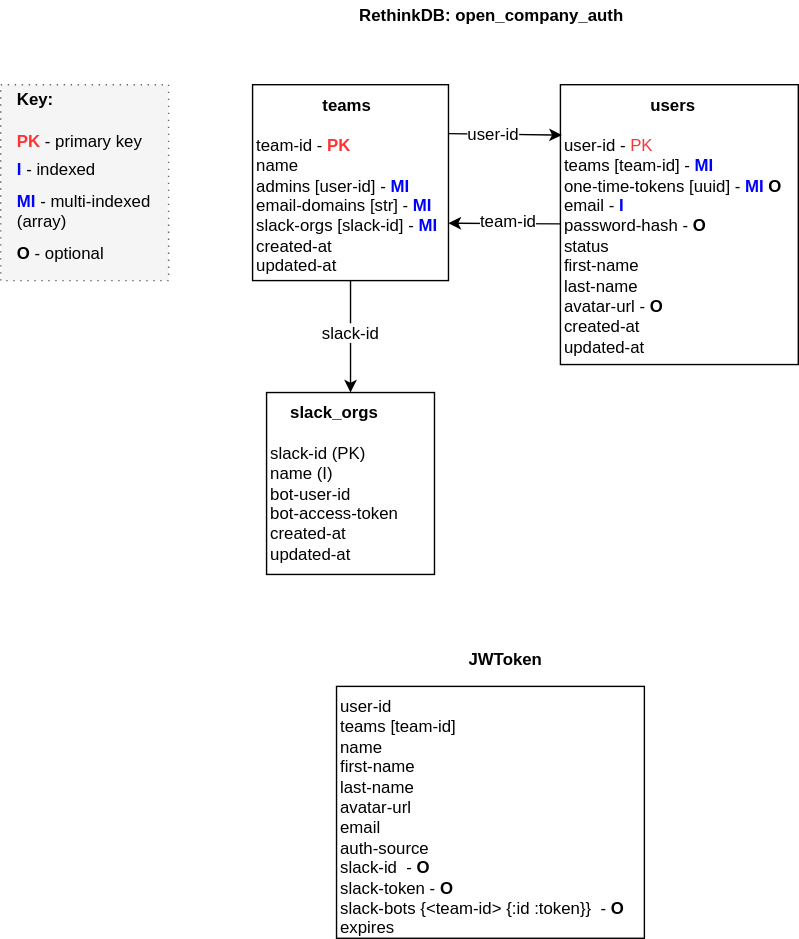
The draw.io diagram docs/OC-Auth-Schema.svg in open-company/open-company-auth, before a commit. Source tidied: cells renumbered, new cells last; positions are measured from the earlier drawing's top-left corner, leaving out a move shared by most shapes.
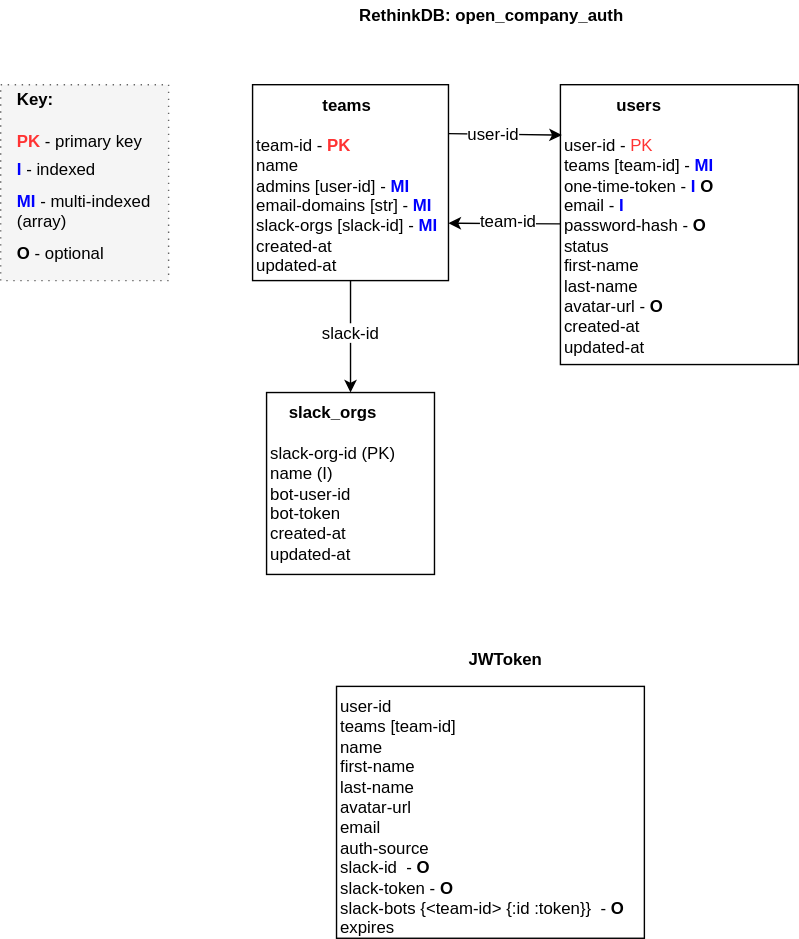
After the change.

Commit message:
WIP on refactoring out some common schema elements, improvements to invite and one-time-token handling. Better comments and doc strings.

Change to the diagram source:
```diff
@@ -8,7 +8,7 @@
     <mxCell id="3" value="&lt;div style=&quot;text-align: center&quot;&gt;&lt;font color=&quot;#000000&quot;&gt;&lt;b&gt;teams&lt;/b&gt;&lt;/font&gt;&lt;/div&gt;&lt;div&gt;&lt;font color=&quot;#000000&quot;&gt;&lt;br&gt;&lt;/font&gt;&lt;/div&gt;&lt;div&gt;&lt;font color=&quot;#000000&quot;&gt;team-id -&amp;nbsp;&lt;/font&gt;&lt;font color=&quot;#ff3333&quot;&gt;&lt;b&gt;PK&lt;/b&gt;&lt;/font&gt;&lt;/div&gt;&lt;div&gt;&lt;font color=&quot;#000000&quot;&gt;name&lt;/font&gt;&lt;/div&gt;&lt;div&gt;&lt;font color=&quot;#000000&quot;&gt;admins [user-id] -&amp;nbsp;&lt;/font&gt;&lt;font color=&quot;#0000ff&quot;&gt;&lt;b&gt;MI&lt;/b&gt;&lt;/font&gt;&lt;/div&gt;&lt;div&gt;email-domains [str] - &lt;b&gt;&lt;font color=&quot;#0000ff&quot;&gt;MI&lt;/font&gt;&lt;/b&gt;&lt;/div&gt;&lt;div&gt;slack-orgs [slack-id] - &lt;b&gt;&lt;font color=&quot;#0000ff&quot;&gt;MI&lt;/font&gt;&lt;/b&gt;&lt;/div&gt;&lt;div&gt;&lt;font color=&quot;#000000&quot;&gt;created-at&lt;/font&gt;&lt;/div&gt;&lt;div&gt;&lt;font color=&quot;#000000&quot;&gt;updated-at&lt;/font&gt;&lt;/div&gt;" style="whiteSpace=wrap;html=1;fontSize=12;fontColor=#000000;align=left;verticalAlign=top;" parent="1" vertex="1">
       <mxGeometry x="180" y="60" width="140" height="140" as="geometry" />
     </mxCell>
-    <mxCell id="4" value="&lt;div style=&quot;text-align: center&quot;&gt;&lt;div style=&quot;text-align: center&quot;&gt;&lt;b&gt;users&lt;/b&gt;&lt;/div&gt;&lt;div style=&quot;text-align: left&quot;&gt;&lt;br&gt;&lt;/div&gt;&lt;div style=&quot;text-align: left&quot;&gt;user-id - &lt;font color=&quot;#ff3333&quot;&gt;PK&lt;/font&gt;&lt;/div&gt;&lt;div style=&quot;text-align: left&quot;&gt;teams [team-id] - &lt;font color=&quot;#0000ff&quot;&gt;&lt;b&gt;MI&lt;/b&gt;&lt;/font&gt;&lt;/div&gt;&lt;div style=&quot;text-align: left&quot;&gt;one-time-tokens [uuid] - &lt;font color=&quot;#0000ff&quot;&gt;&lt;b&gt;MI&lt;/b&gt;&lt;/font&gt; &lt;b&gt;O&lt;/b&gt;&lt;/div&gt;&lt;div style=&quot;text-align: left&quot;&gt;email - &lt;b&gt;&lt;font color=&quot;#0000ff&quot;&gt;I&lt;/font&gt;&lt;/b&gt;&lt;/div&gt;&lt;div style=&quot;text-align: left&quot;&gt;password-hash -&amp;nbsp;&lt;b&gt;O&lt;/b&gt;&lt;/div&gt;&lt;div style=&quot;text-align: left&quot;&gt;status&lt;/div&gt;&lt;div style=&quot;text-align: left&quot;&gt;first-name&lt;/div&gt;&lt;div style=&quot;text-align: left&quot;&gt;last-name&lt;/div&gt;&lt;div style=&quot;text-align: left&quot;&gt;avatar-url - &lt;b&gt;O&lt;/b&gt;&lt;/div&gt;&lt;div style=&quot;text-align: left&quot;&gt;created-at&lt;/div&gt;&lt;div style=&quot;text-align: left&quot;&gt;updated-at&lt;/div&gt;&lt;/div&gt;" style="whiteSpace=wrap;html=1;fontSize=12;fontColor=#000000;align=left;verticalAlign=top;" parent="1" vertex="1">
+    <mxCell id="4" value="&lt;div style=&quot;text-align: center&quot;&gt;&lt;div style=&quot;text-align: center&quot;&gt;&lt;b&gt;users&lt;/b&gt;&lt;/div&gt;&lt;div style=&quot;text-align: left&quot;&gt;&lt;br&gt;&lt;/div&gt;&lt;div style=&quot;text-align: left&quot;&gt;user-id - &lt;font color=&quot;#ff3333&quot;&gt;PK&lt;/font&gt;&lt;/div&gt;&lt;div style=&quot;text-align: left&quot;&gt;teams [team-id] - &lt;font color=&quot;#0000ff&quot;&gt;&lt;b&gt;MI&lt;/b&gt;&lt;/font&gt;&lt;/div&gt;&lt;div style=&quot;text-align: left&quot;&gt;one-time-token - &lt;font color=&quot;#0000ff&quot;&gt;&lt;b&gt;I&lt;/b&gt;&lt;/font&gt; &lt;b&gt;O&lt;/b&gt;&lt;/div&gt;&lt;div style=&quot;text-align: left&quot;&gt;email - &lt;b&gt;&lt;font color=&quot;#0000ff&quot;&gt;I&lt;/font&gt;&lt;/b&gt;&lt;/div&gt;&lt;div style=&quot;text-align: left&quot;&gt;password-hash -&amp;nbsp;&lt;b&gt;O&lt;/b&gt;&lt;/div&gt;&lt;div style=&quot;text-align: left&quot;&gt;status&lt;/div&gt;&lt;div style=&quot;text-align: left&quot;&gt;first-name&lt;/div&gt;&lt;div style=&quot;text-align: left&quot;&gt;last-name&lt;/div&gt;&lt;div style=&quot;text-align: left&quot;&gt;avatar-url - &lt;b&gt;O&lt;/b&gt;&lt;/div&gt;&lt;div style=&quot;text-align: left&quot;&gt;created-at&lt;/div&gt;&lt;div style=&quot;text-align: left&quot;&gt;updated-at&lt;/div&gt;&lt;/div&gt;" style="whiteSpace=wrap;html=1;fontSize=12;fontColor=#000000;align=left;verticalAlign=top;" parent="1" vertex="1">
       <mxGeometry x="400" y="60" width="170" height="200" as="geometry" />
     </mxCell>
     <mxCell id="5" style="endArrow=classic;html=1;strokeColor=#000000;fontSize=12;fontColor=#000000;exitX=1;exitY=0.25;entryX=0.007;entryY=0.18;entryPerimeter=0;" parent="1" edge="1" source="3" target="4">
@@ -25,7 +25,7 @@
     <mxCell id="8" value="team-id" style="text;html=1;align=center;verticalAlign=middle;labelBackgroundColor=#ffffff;fontSize=12;fontColor=#000000;" parent="7" vertex="1">
       <mxGeometry x="-0.04" y="-3" relative="1" as="geometry" />
     </mxCell>
-    <mxCell id="9" value="&lt;div style=&quot;text-align: center&quot;&gt;&lt;font color=&quot;#000000&quot;&gt;&lt;b&gt;slack_orgs&lt;/b&gt;&lt;/font&gt;&lt;/div&gt;&lt;div&gt;&lt;font color=&quot;#000000&quot;&gt;&lt;br&gt;&lt;/font&gt;&lt;/div&gt;&lt;div&gt;&lt;font color=&quot;#000000&quot;&gt;slack-id (PK)&lt;/font&gt;&lt;/div&gt;&lt;div&gt;&lt;font color=&quot;#000000&quot;&gt;name (I)&lt;/font&gt;&lt;/div&gt;&lt;div&gt;&lt;span&gt;bot-user-id&lt;/span&gt;&lt;br&gt;&lt;/div&gt;&lt;div&gt;&lt;span&gt;bot-access-token&lt;/span&gt;&lt;/div&gt;&lt;div&gt;&lt;font color=&quot;#000000&quot;&gt;created-at&lt;/font&gt;&lt;/div&gt;&lt;div&gt;&lt;font color=&quot;#000000&quot;&gt;updated-at&lt;/font&gt;&lt;/div&gt;" style="whiteSpace=wrap;html=1;fontSize=12;fontColor=#000000;align=left;verticalAlign=top;" parent="1" vertex="1">
+    <mxCell id="9" value="&lt;div style=&quot;text-align: center&quot;&gt;&lt;font color=&quot;#000000&quot;&gt;&lt;b&gt;slack_orgs&lt;/b&gt;&lt;/font&gt;&lt;/div&gt;&lt;div&gt;&lt;font color=&quot;#000000&quot;&gt;&lt;br&gt;&lt;/font&gt;&lt;/div&gt;&lt;div&gt;&lt;font color=&quot;#000000&quot;&gt;slack-org-id (PK)&lt;/font&gt;&lt;/div&gt;&lt;div&gt;&lt;font color=&quot;#000000&quot;&gt;name (I)&lt;/font&gt;&lt;/div&gt;&lt;div&gt;&lt;span&gt;bot-user-id&lt;/span&gt;&lt;br&gt;&lt;/div&gt;&lt;div&gt;&lt;span&gt;bot-token&lt;/span&gt;&lt;/div&gt;&lt;div&gt;&lt;font color=&quot;#000000&quot;&gt;created-at&lt;/font&gt;&lt;/div&gt;&lt;div&gt;&lt;font color=&quot;#000000&quot;&gt;updated-at&lt;/font&gt;&lt;/div&gt;" style="whiteSpace=wrap;html=1;fontSize=12;fontColor=#000000;align=left;verticalAlign=top;" parent="1" vertex="1">
       <mxGeometry x="190" y="280" width="120" height="130" as="geometry" />
     </mxCell>
     <mxCell id="10" style="endArrow=classic;html=1;strokeColor=#000000;fontSize=12;fontColor=#000000;" parent="1" edge="1" source="3" target="9">
```
